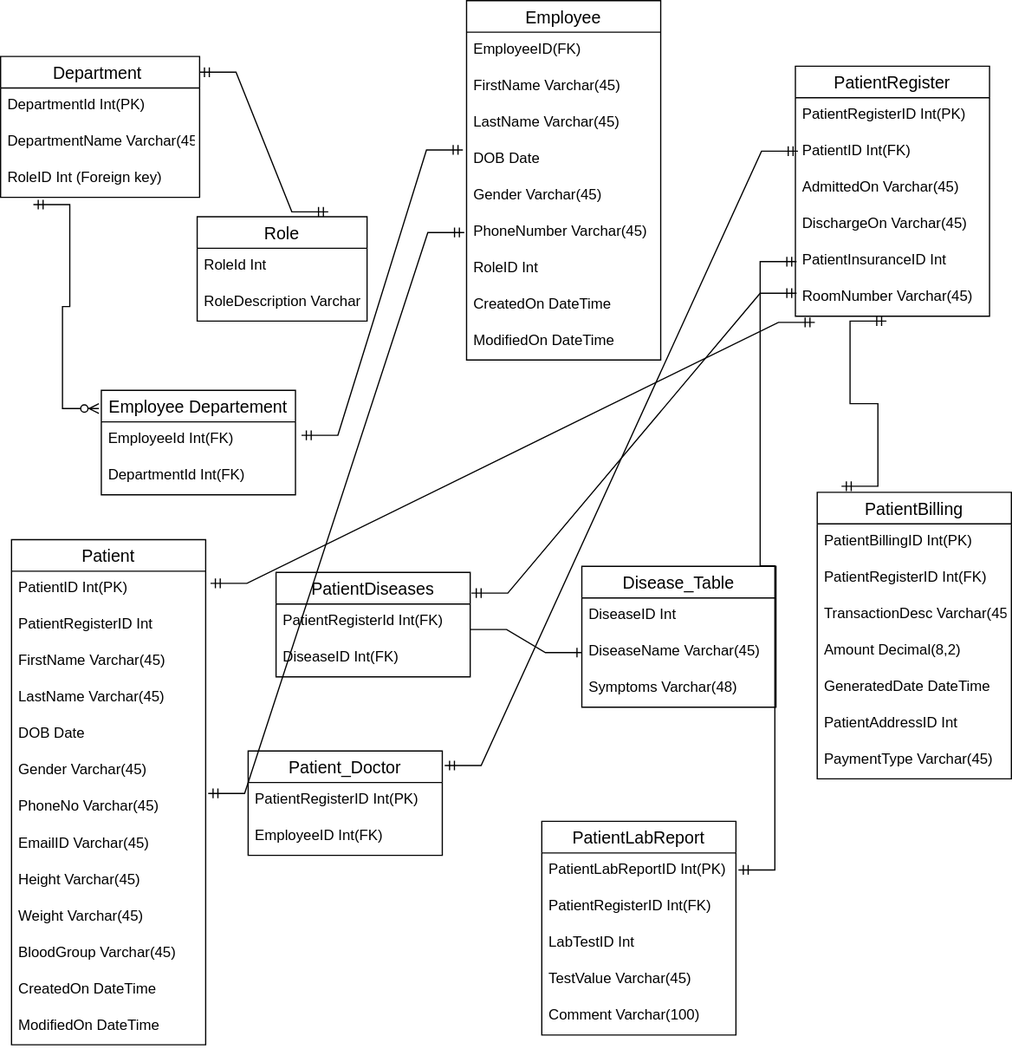
Before: Hospital Management System/Hospital Management System.drawio.svg, a diagram exported from draw.io (Mahima-01/Training-Repository). Source tidied: cells renumbered, new cells last; positions are measured from the earlier drawing's top-left corner, leaving out a move shared by most shapes.
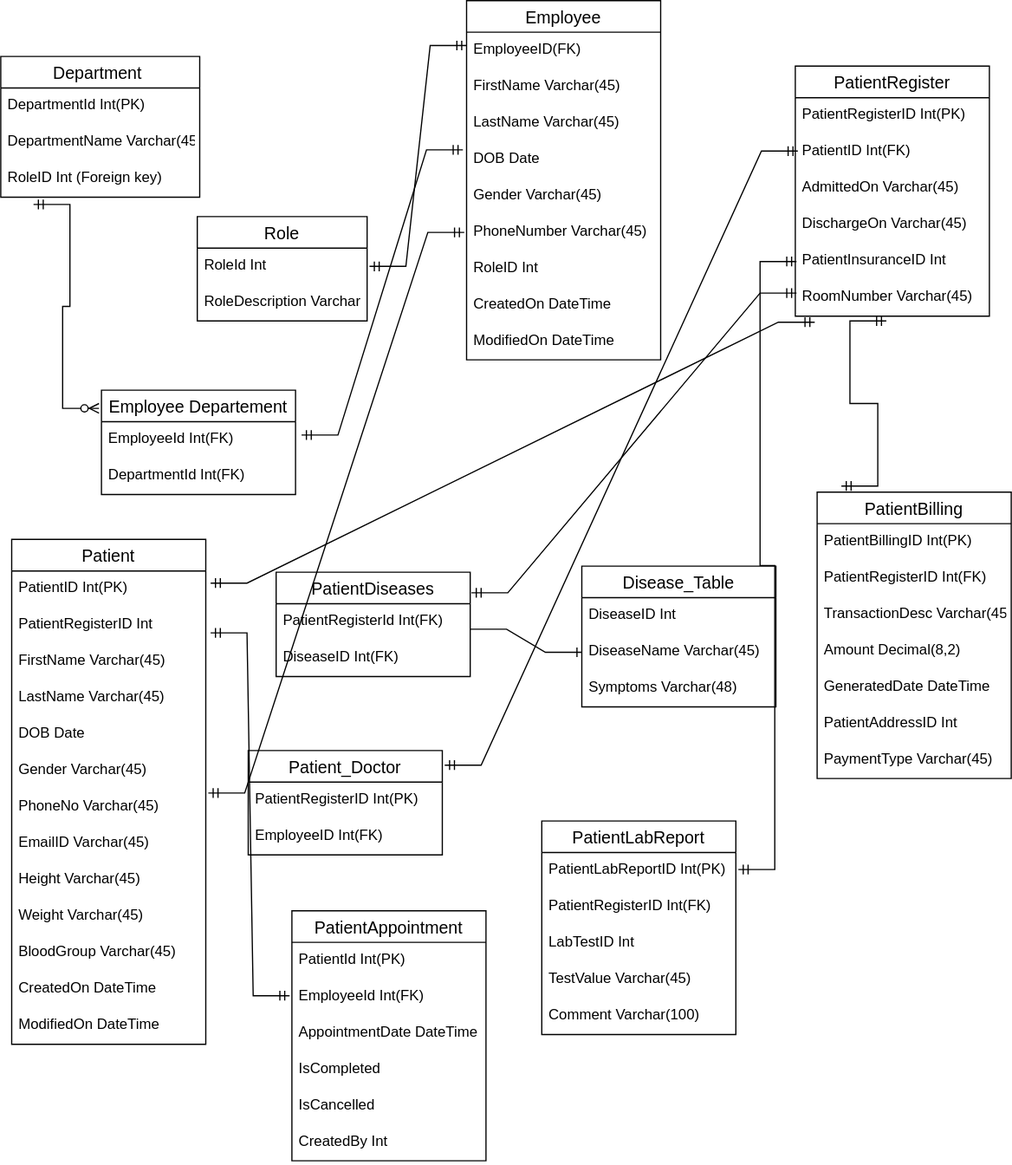
Above is the later version.

Commit message:
Establishing Relationships With Tables

The edit, as a diff of the source:
```diff
@@ -214,10 +214,8 @@
     <mxCell id="70" style="edgeStyle=entityRelationEdgeStyle;fontSize=12;html=1;endArrow=ERmandOne;startArrow=ERmandOne;rounded=0;entryX=-0.019;entryY=0.233;entryDx=0;entryDy=0;entryPerimeter=0;exitX=1.031;exitY=0.367;exitDx=0;exitDy=0;exitPerimeter=0;" parent="1" edge="1" source="8" target="17">
       <mxGeometry relative="1" as="geometry" />
     </mxCell>
-    <mxCell id="71" style="edgeStyle=entityRelationEdgeStyle;fontSize=12;html=1;endArrow=ERmandOne;startArrow=ERmandOne;rounded=0;exitX=1;exitY=0.112;exitDx=0;exitDy=0;exitPerimeter=0;" parent="1" edge="1" source="2">
-      <mxGeometry relative="1" as="geometry">
-        <mxPoint x="270" y="174" as="targetPoint" />
-      </mxGeometry>
+    <mxCell id="71" style="edgeStyle=entityRelationEdgeStyle;fontSize=12;html=1;endArrow=ERmandOne;startArrow=ERmandOne;rounded=0;entryX=0;entryY=0.367;entryDx=0;entryDy=0;entryPerimeter=0;exitX=1.014;exitY=0.5;exitDx=0;exitDy=0;exitPerimeter=0;" parent="1" edge="1" source="11" target="14">
+      <mxGeometry relative="1" as="geometry" />
     </mxCell>
     <mxCell id="72" style="edgeStyle=entityRelationEdgeStyle;fontSize=12;html=1;endArrow=ERmandOne;startArrow=ERmandOne;rounded=0;entryX=0.013;entryY=0.467;entryDx=0;entryDy=0;entryPerimeter=0;" parent="1" edge="1" target="36">
       <mxGeometry relative="1" as="geometry">
@@ -238,5 +236,29 @@
     <mxCell id="76" style="edgeStyle=entityRelationEdgeStyle;fontSize=12;html=1;endArrow=ERmandOne;startArrow=ERmandOne;rounded=0;exitX=1.013;exitY=0.1;exitDx=0;exitDy=0;exitPerimeter=0;entryX=-0.012;entryY=0.5;entryDx=0;entryDy=0;entryPerimeter=0;" parent="1" edge="1" source="54" target="19">
       <mxGeometry relative="1" as="geometry" />
     </mxCell>
+    <mxCell id="77" value="PatientAppointment" style="swimlane;fontStyle=0;horizontal=1;startSize=26;align=center;fontSize=14;" parent="1" vertex="1">
+      <mxGeometry x="240" y="750" width="160" height="206" as="geometry" />
+    </mxCell>
+    <mxCell id="78" value="PatientId Int(PK)" style="text;strokeColor=none;fillColor=none;spacingLeft=4;spacingRight=4;overflow=hidden;fontSize=12;" parent="77" vertex="1">
+      <mxGeometry y="26" width="160" height="30" as="geometry" />
+    </mxCell>
+    <mxCell id="79" value="EmployeeId Int(FK)" style="text;strokeColor=none;fillColor=none;spacingLeft=4;spacingRight=4;overflow=hidden;points=[[0,0.5],[1,0.5]];portConstraint=eastwest;fontSize=12;" parent="77" vertex="1">
+      <mxGeometry y="56" width="160" height="30" as="geometry" />
+    </mxCell>
+    <mxCell id="80" value="AppointmentDate DateTime" style="text;strokeColor=none;fillColor=none;spacingLeft=4;spacingRight=4;overflow=hidden;fontSize=12;" parent="77" vertex="1">
+      <mxGeometry y="86" width="160" height="30" as="geometry" />
+    </mxCell>
+    <mxCell id="81" value="IsCompleted" style="text;strokeColor=none;fillColor=none;spacingLeft=4;spacingRight=4;overflow=hidden;fontSize=12;" parent="77" vertex="1">
+      <mxGeometry y="116" width="160" height="30" as="geometry" />
+    </mxCell>
+    <mxCell id="82" value="IsCancelled" style="text;strokeColor=none;fillColor=none;spacingLeft=4;spacingRight=4;overflow=hidden;fontSize=12;" parent="77" vertex="1">
+      <mxGeometry y="146" width="160" height="30" as="geometry" />
+    </mxCell>
+    <mxCell id="83" value="CreatedBy Int" style="text;strokeColor=none;fillColor=none;spacingLeft=4;spacingRight=4;overflow=hidden;fontSize=12;" parent="77" vertex="1">
+      <mxGeometry y="176" width="160" height="30" as="geometry" />
+    </mxCell>
+    <mxCell id="84" style="edgeStyle=entityRelationEdgeStyle;fontSize=12;html=1;endArrow=ERmandOne;startArrow=ERmandOne;rounded=0;entryX=-0.012;entryY=0.467;entryDx=0;entryDy=0;entryPerimeter=0;exitX=1.025;exitY=0.7;exitDx=0;exitDy=0;exitPerimeter=0;" parent="1" edge="1" source="49" target="79">
+      <mxGeometry relative="1" as="geometry" />
+    </mxCell>
   </root>
 </mxGraphModel>
```
